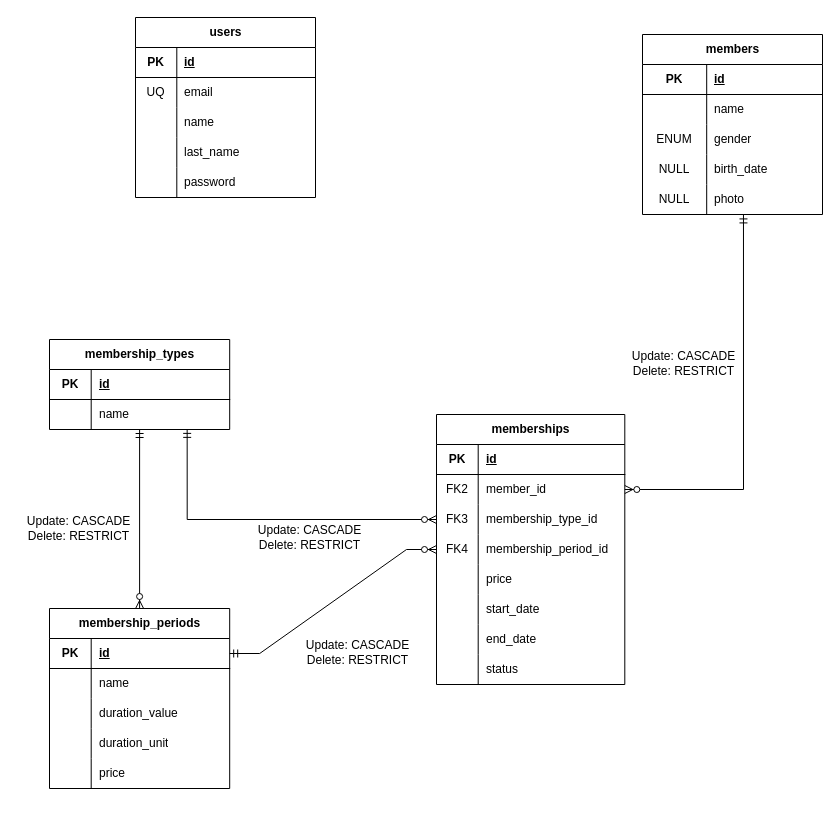
Earlier version of the draw.io diagram docs/logical-design.drawio (hdz-kevin/TecnoGym). Source tidied: cells renumbered, new cells numbered last; positions are measured from the earlier drawing's top-left corner, leaving out a move shared by most shapes. Both pictures are drawn from the tidied source at 100%, with x=0, y=0 at pixel (17, 17).
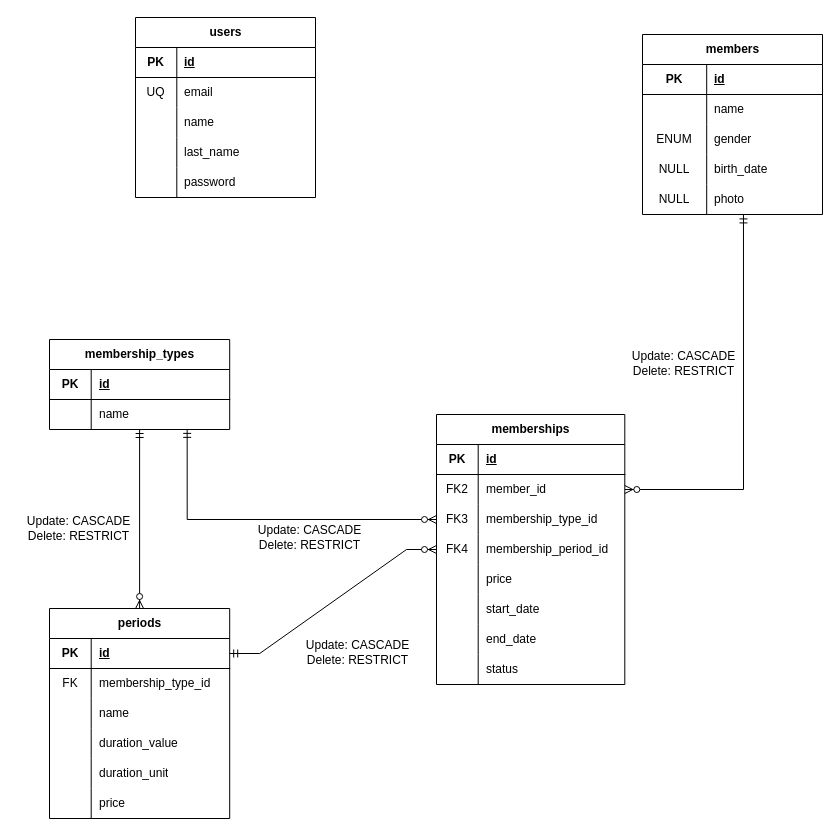
The same page after the edit.

Commit message (it also covers changes not shown here):
add membership Period model, migration and relationship to MembershipType

The change refers to these unchanged cells:
```xml
<mxCell id="45" style="shape=tableRow;horizontal=0;startSize=0;swimlaneHead=0;swimlaneBody=0;fillColor=none;top=0;left=0;right=0;bottom=0;" parent="41" vertex="1">
  <mxGeometry y="60" width="180.2" height="30" as="geometry" />
</mxCell>
```

Change to the diagram source:
```diff
@@
-    <mxCell id="41" value="membership_periods" style="shape=table;startSize=30;childLayout=tableLayout;rowLines=0;fontStyle=1;align=center;html=1;" parent="1" vertex="1">
-      <mxGeometry x="32" y="591" width="180.2" height="180" as="geometry" />
+    <mxCell id="41" value="periods" style="shape=table;startSize=30;childLayout=tableLayout;rowLines=0;fontStyle=1;align=center;html=1;" parent="1" vertex="1">
+      <mxGeometry x="32" y="591" width="180.2" height="210" as="geometry" />
     </mxCell>
@@
-    <mxCell id="46" style="shape=partialRectangle;fillColor=none;top=0;left=0;bottom=0;right=0;overflow=hidden;whiteSpace=wrap;html=1;" parent="45" vertex="1">
+    <mxCell id="46" value="FK" style="shape=partialRectangle;fillColor=none;top=0;left=0;bottom=0;right=0;overflow=hidden;whiteSpace=wrap;html=1;" parent="45" vertex="1">
       <mxGeometry width="41.7" height="30" as="geometry" />
     </mxCell>
-    <mxCell id="47" value="name" style="shape=partialRectangle;fillColor=none;top=0;left=0;bottom=0;right=0;align=left;spacingLeft=6;overflow=hidden;whiteSpace=wrap;html=1;" parent="45" vertex="1">
+    <mxCell id="47" value="membership_type_id" style="shape=partialRectangle;fillColor=none;top=0;left=0;bottom=0;right=0;align=left;spacingLeft=6;overflow=hidden;whiteSpace=wrap;html=1;" parent="45" vertex="1">
       <mxGeometry x="41.7" width="138.4" height="30" as="geometry" />
     </mxCell>
+    <mxCell id="90" style="shape=tableRow;horizontal=0;startSize=0;swimlaneHead=0;swimlaneBody=0;fillColor=none;top=0;left=0;right=0;bottom=0;" parent="41" vertex="1">
+      <mxGeometry y="90" width="180.2" height="30" as="geometry" />
+    </mxCell>
+    <mxCell id="91" style="shape=partialRectangle;fillColor=none;top=0;left=0;bottom=0;right=0;overflow=hidden;whiteSpace=wrap;html=1;" parent="90" vertex="1">
+      <mxGeometry width="41.7" height="30" as="geometry" />
+    </mxCell>
+    <mxCell id="92" value="name" style="shape=partialRectangle;fillColor=none;top=0;left=0;bottom=0;right=0;align=left;spacingLeft=6;overflow=hidden;whiteSpace=wrap;html=1;" parent="90" vertex="1">
+      <mxGeometry x="41.7" width="138.4" height="30" as="geometry" />
+    </mxCell>
     <mxCell id="48" style="shape=tableRow;horizontal=0;startSize=0;swimlaneHead=0;swimlaneBody=0;fillColor=none;top=0;left=0;right=0;bottom=0;" parent="41" vertex="1">
-      <mxGeometry y="90" width="180.2" height="30" as="geometry" />
+      <mxGeometry y="120" width="180.2" height="30" as="geometry" />
     </mxCell>
@@
     <mxCell id="51" style="shape=tableRow;horizontal=0;startSize=0;swimlaneHead=0;swimlaneBody=0;fillColor=none;top=0;left=0;right=0;bottom=0;" parent="41" vertex="1">
-      <mxGeometry y="120" width="180.2" height="30" as="geometry" />
+      <mxGeometry y="150" width="180.2" height="30" as="geometry" />
     </mxCell>
@@
     <mxCell id="54" style="shape=tableRow;horizontal=0;startSize=0;swimlaneHead=0;swimlaneBody=0;fillColor=none;top=0;left=0;right=0;bottom=0;" parent="41" vertex="1">
-      <mxGeometry y="150" width="180.2" height="30" as="geometry" />
+      <mxGeometry y="180" width="180.2" height="30" as="geometry" />
     </mxCell>
```
